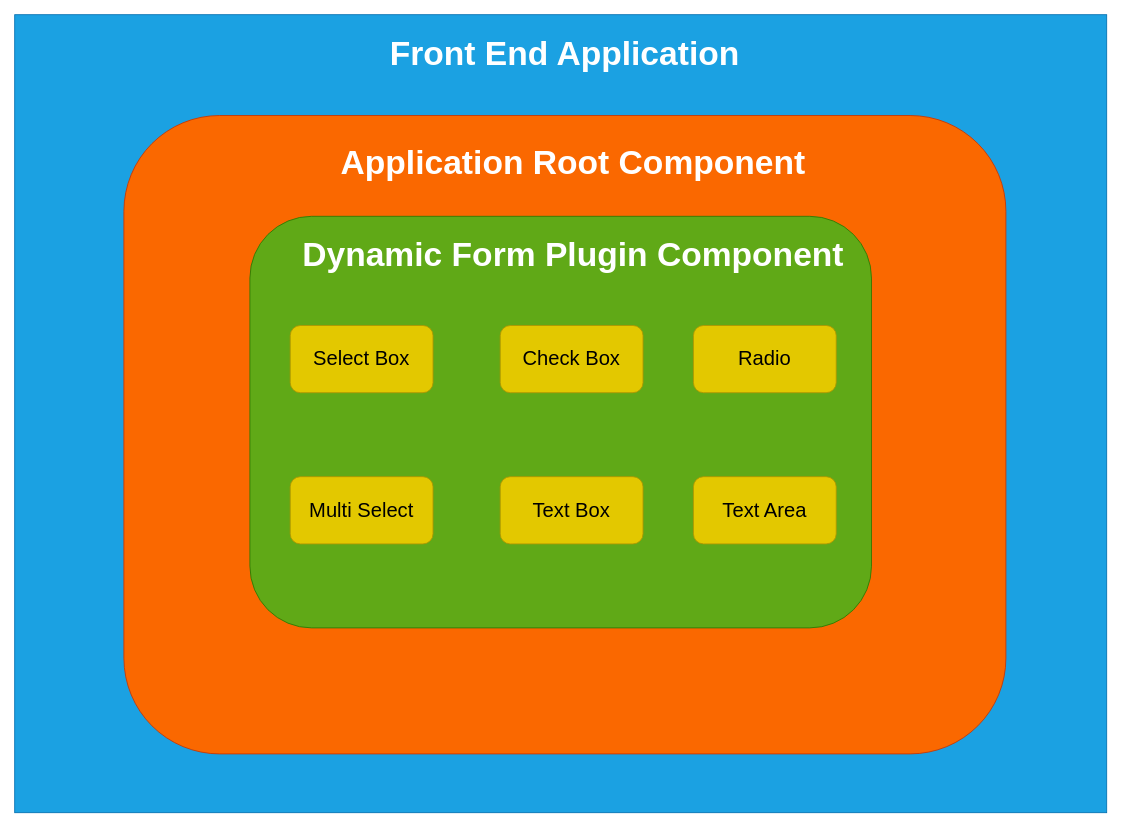
Earlier version of the draw.io diagram tdm-tools/dynamic form plugin.drawio (jigneshadesara90/tdm-diagram). Source tidied: cells renumbered, new cells numbered last; positions are measured from the earlier drawing's top-left corner, leaving out a move shared by most shapes. Both pictures are drawn from the tidied source at 84%, with x=0, y=0 at pixel (14, 14).
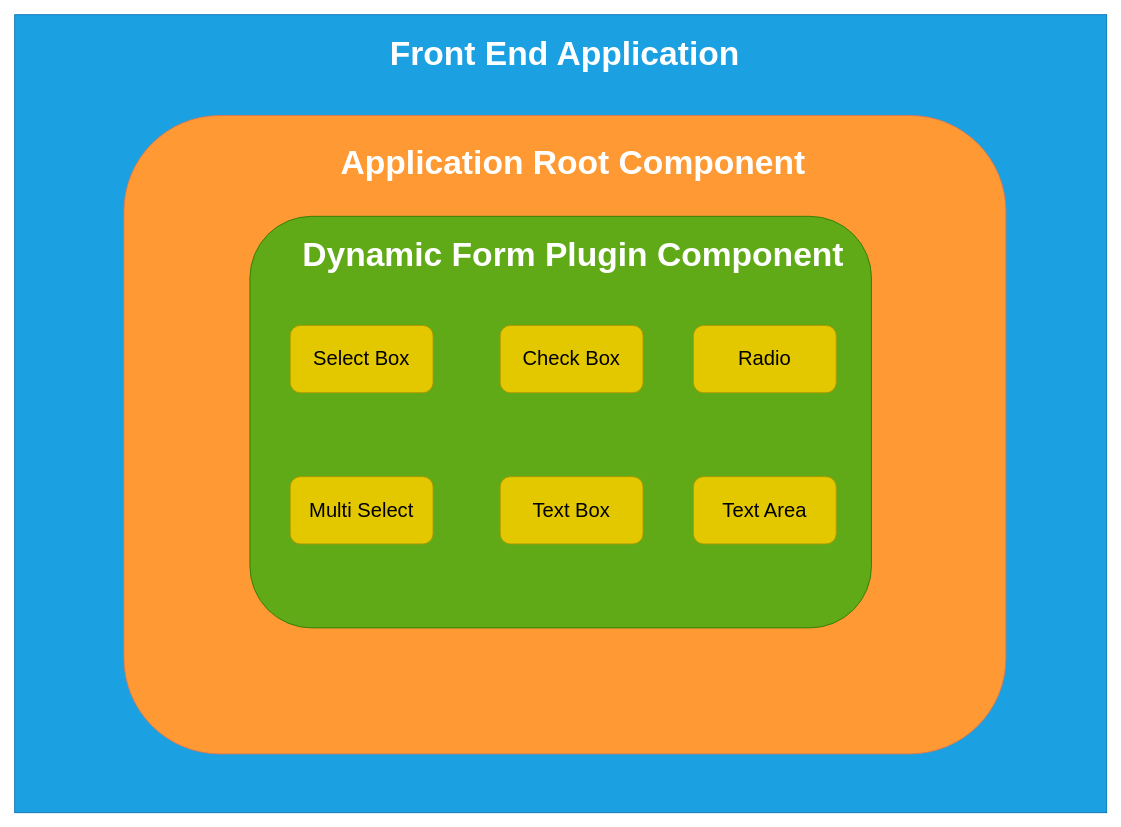
The same page after the edit.

Diff of the diagram source:
```diff
@@
 <mxGraphModel background="#FFFFFF">
   <root>
     <mxCell id="0" />
     <mxCell id="1" parent="0" />
     <mxCell id="2" style="rounded=0;whiteSpace=wrap;html=1;fillColor=#1ba1e2;strokeColor=#006EAF;fontColor=#ffffff;" parent="1" vertex="1">
       <mxGeometry width="1300" height="950" as="geometry" />
     </mxCell>
-    <mxCell id="3" style="rounded=1;whiteSpace=wrap;html=1;fillColor=#fa6800;strokeColor=#C73500;fontColor=#000000;" parent="1" vertex="1">
+    <mxCell id="3" style="rounded=1;whiteSpace=wrap;html=1;fillColor=#FF9933;strokeColor=#d97754;fontColor=#000000;" parent="1" vertex="1">
       <mxGeometry x="130" y="120" width="1050" height="760" as="geometry" />
     </mxCell>
     <mxCell id="4" style="rounded=0;whiteSpace=wrap;html=1;" parent="1" vertex="1">
       <mxGeometry x="830" y="340" width="120" height="60" as="geometry" />
     </mxCell>
     <mxCell id="5" style="rounded=1;whiteSpace=wrap;html=1;glass=0;shadow=0;fillColor=#60a917;fontColor=#ffffff;strokeColor=#2D7600;" parent="1" vertex="1">
       <mxGeometry x="280" y="240" width="740" height="490" as="geometry" />
     </mxCell>
     <mxCell id="6" value="&lt;h1&gt;&lt;font color=&quot;#ffffff&quot; style=&quot;font-size: 40px;&quot;&gt;Front End Application&lt;/font&gt;&lt;/h1&gt;" style="text;strokeColor=none;align=center;fillColor=none;html=1;verticalAlign=middle;whiteSpace=wrap;rounded=0;" parent="1" vertex="1">
       <mxGeometry x="10" y="30" width="1290" height="30" as="geometry" />
     </mxCell>
     <mxCell id="7" value="&lt;h1&gt;&lt;font color=&quot;#ffffff&quot; style=&quot;font-size: 40px;&quot;&gt;Application Root Component&lt;/font&gt;&lt;/h1&gt;" style="text;strokeColor=none;align=center;fillColor=none;html=1;verticalAlign=middle;whiteSpace=wrap;rounded=0;" parent="1" vertex="1">
       <mxGeometry x="170" y="160" width="990" height="30" as="geometry" />
     </mxCell>
     <mxCell id="8" value="&lt;h1&gt;&lt;font color=&quot;#ffffff&quot;&gt;&lt;span style=&quot;font-size: 40px;&quot;&gt;Dynamic Form Plugin Component&lt;/span&gt;&lt;/font&gt;&lt;/h1&gt;" style="text;strokeColor=none;align=center;fillColor=none;html=1;verticalAlign=middle;whiteSpace=wrap;rounded=0;" parent="1" vertex="1">
       <mxGeometry x="170" y="270" width="990" height="30" as="geometry" />
     </mxCell>
     <mxCell id="9" value="&lt;font style=&quot;font-size: 24px;&quot;&gt;Select Box&lt;/font&gt;" style="rounded=1;whiteSpace=wrap;html=1;fillColor=#e3c800;fontColor=#000000;strokeColor=#B09500;" parent="1" vertex="1">
       <mxGeometry x="328" y="370" width="170" height="80" as="geometry" />
     </mxCell>
     <mxCell id="10" value="&lt;font style=&quot;font-size: 24px;&quot;&gt;Check Box&lt;/font&gt;" style="rounded=1;whiteSpace=wrap;html=1;fillColor=#e3c800;fontColor=#000000;strokeColor=#B09500;" parent="1" vertex="1">
       <mxGeometry x="578" y="370" width="170" height="80" as="geometry" />
     </mxCell>
     <mxCell id="11" value="Radio" style="rounded=1;whiteSpace=wrap;html=1;fillColor=#e3c800;fontColor=#000000;strokeColor=#B09500;fontSize=24;" parent="1" vertex="1">
       <mxGeometry x="808" y="370" width="170" height="80" as="geometry" />
     </mxCell>
     <mxCell id="12" value="Multi Select" style="rounded=1;whiteSpace=wrap;html=1;fillColor=#e3c800;fontColor=#000000;strokeColor=#B09500;fontSize=24;" parent="1" vertex="1">
       <mxGeometry x="328" y="550" width="170" height="80" as="geometry" />
     </mxCell>
     <mxCell id="13" value="Text Box" style="rounded=1;whiteSpace=wrap;html=1;fillColor=#e3c800;fontColor=#000000;strokeColor=#B09500;fontSize=24;" parent="1" vertex="1">
       <mxGeometry x="578" y="550" width="170" height="80" as="geometry" />
     </mxCell>
     <mxCell id="14" value="Text Area" style="rounded=1;whiteSpace=wrap;html=1;fillColor=#e3c800;fontColor=#000000;strokeColor=#B09500;fontSize=24;" parent="1" vertex="1">
       <mxGeometry x="808" y="550" width="170" height="80" as="geometry" />
     </mxCell>
   </root>
 </mxGraphModel>
```
